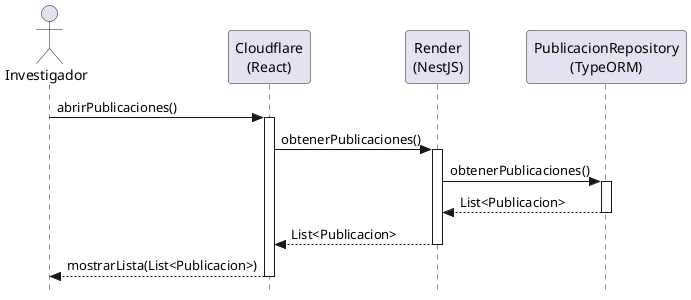
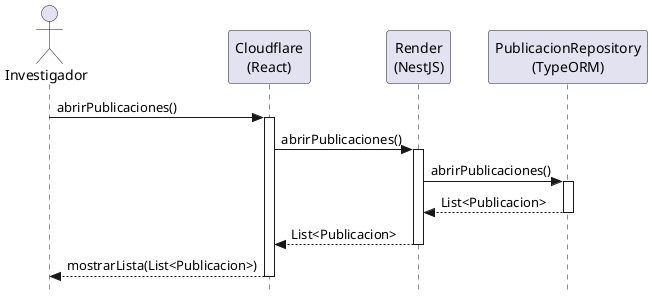
@startuml listarPublicaciones
skinparam style strictuml
skinparam backgroundColor white
skinparam shadowing false

actor Investigador
participant "Cloudflare\n(React)" as View
participant "Render\n(NestJS)" as Controller
participant "PublicacionRepository\n(TypeORM)" as Repository

Investigador -> View : abrirPublicaciones()
activate View

- View -> Controller : obtenerPublicaciones()
+ View -> Controller : abrirPublicaciones()
activate Controller

- Controller -> Repository : obtenerPublicaciones()
+ Controller -> Repository : abrirPublicaciones()
activate Repository

Repository --> Controller : List<Publicacion>
deactivate Repository

Controller --> View : List<Publicacion>
deactivate Controller

View --> Investigador : mostrarLista(List<Publicacion>)
deactivate View
- @enduml+ @enduml
